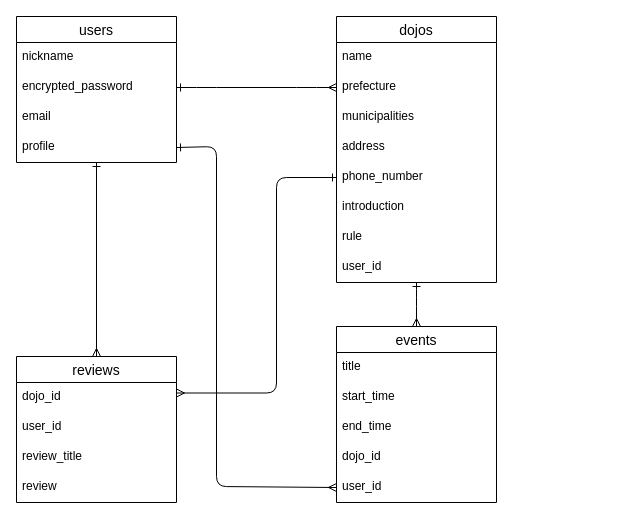
Before: kyudo-er.dio in rosicky7th/kyudojou-app, a draw.io diagram. Source tidied: cells renumbered, new cells numbered last; positions are measured from the earlier drawing's top-left corner, leaving out a move shared by most shapes. Both pictures are drawn from the tidied source at 100%, with x=0, y=0 at pixel (16, 16).
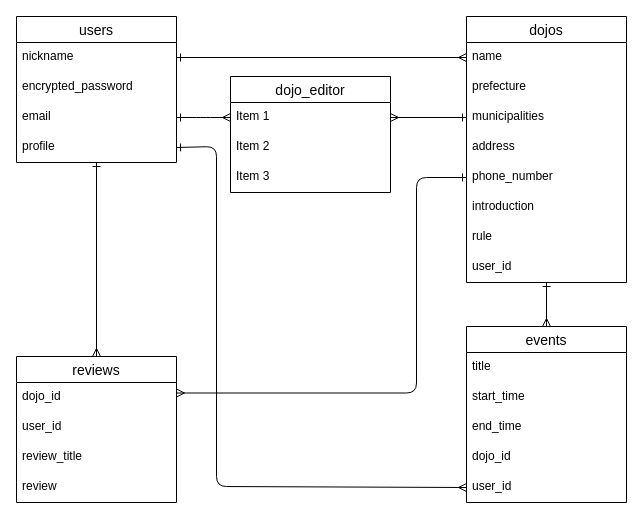
After the change.

Unchanged cells that the change refers to:
```xml
<mxCell id="3" value="nickname" style="text;strokeColor=none;fillColor=none;spacingLeft=4;spacingRight=4;overflow=hidden;points=[[0,0.5],[1,0.5]];portConstraint=eastwest;fontSize=12;" parent="2" vertex="1">
  <mxGeometry y="26" width="160" height="30" as="geometry" />
</mxCell>
<mxCell id="4" value="encrypted_password" style="text;strokeColor=none;fillColor=none;spacingLeft=4;spacingRight=4;overflow=hidden;points=[[0,0.5],[1,0.5]];portConstraint=eastwest;fontSize=12;" parent="2" vertex="1">
  <mxGeometry y="56" width="160" height="30" as="geometry" />
</mxCell>
<mxCell id="5" value="email" style="text;strokeColor=none;fillColor=none;spacingLeft=4;spacingRight=4;overflow=hidden;points=[[0,0.5],[1,0.5]];portConstraint=eastwest;fontSize=12;" parent="2" vertex="1">
  <mxGeometry y="86" width="160" height="30" as="geometry" />
</mxCell>
<mxCell id="9" value="name" style="text;strokeColor=none;fillColor=none;spacingLeft=4;spacingRight=4;overflow=hidden;points=[[0,0.5],[1,0.5]];portConstraint=eastwest;fontSize=12;" parent="8" vertex="1">
  <mxGeometry y="26" width="160" height="30" as="geometry" />
</mxCell>
<mxCell id="10" value="prefecture" style="text;strokeColor=none;fillColor=none;spacingLeft=4;spacingRight=4;overflow=hidden;points=[[0,0.5],[1,0.5]];portConstraint=eastwest;fontSize=12;" parent="8" vertex="1">
  <mxGeometry y="56" width="160" height="30" as="geometry" />
</mxCell>
<mxCell id="11" value="municipalities" style="text;strokeColor=none;fillColor=none;spacingLeft=4;spacingRight=4;overflow=hidden;points=[[0,0.5],[1,0.5]];portConstraint=eastwest;fontSize=12;" parent="8" vertex="1">
  <mxGeometry y="86" width="160" height="30" as="geometry" />
</mxCell>
<mxCell id="13" value="phone_number" style="text;strokeColor=none;fillColor=none;spacingLeft=4;spacingRight=4;overflow=hidden;points=[[0,0.5],[1,0.5]];portConstraint=eastwest;fontSize=12;" parent="8" vertex="1">
  <mxGeometry y="146" width="160" height="30" as="geometry" />
</mxCell>
<mxCell id="16" value="user_id" style="text;strokeColor=none;fillColor=none;spacingLeft=4;spacingRight=4;overflow=hidden;points=[[0,0.5],[1,0.5]];portConstraint=eastwest;fontSize=12;" parent="8" vertex="1">
  <mxGeometry y="236" width="160" height="30" as="geometry" />
</mxCell>
<mxCell id="18" value="reviews" style="swimlane;fontStyle=0;horizontal=1;startSize=26;align=center;fontSize=14;" parent="1" vertex="1">
  <mxGeometry y="340" width="160" height="146" as="geometry" />
</mxCell>
```

Change to the diagram source:
```diff
@@
+    <mxCell id="32" style="edgeStyle=none;html=1;exitX=1;exitY=0.5;exitDx=0;exitDy=0;entryX=0;entryY=0.5;entryDx=0;entryDy=0;startArrow=ERone;startFill=0;endArrow=ERmany;endFill=0;" parent="1" edge="1" source="3" target="9">
+      <mxGeometry relative="1" as="geometry" />
+    </mxCell>
@@
-    <mxCell id="7" style="edgeStyle=none;html=1;entryX=0.5;entryY=0;entryDx=0;entryDy=0;startArrow=ERone;startFill=0;endArrow=ERmany;endFill=0;" parent="1" edge="1" source="8" target="25">
-      <mxGeometry relative="1" as="geometry">
-        <Array as="points">
-          <mxPoint x="400" y="280" />
-        </Array>
-      </mxGeometry>
-    </mxCell>
     <mxCell id="8" value="dojos" style="swimlane;fontStyle=0;horizontal=1;startSize=26;align=center;fontSize=14;" parent="1" vertex="1">
-      <mxGeometry x="320" width="160" height="266" as="geometry" />
+      <mxGeometry x="450" width="160" height="266" as="geometry" />
     </mxCell>
@@
-    <mxCell id="23" style="edgeStyle=entityRelationEdgeStyle;fontSize=12;html=1;endArrow=ERmany;entryX=0;entryY=0.5;entryDx=0;entryDy=0;exitX=1;exitY=0.5;exitDx=0;exitDy=0;startArrow=ERone;startFill=0;" parent="1" edge="1" source="4" target="10">
+    <mxCell id="23" style="edgeStyle=entityRelationEdgeStyle;fontSize=12;html=1;endArrow=ERmany;entryX=0;entryY=0.5;entryDx=0;entryDy=0;exitX=1;exitY=0.5;exitDx=0;exitDy=0;startArrow=ERone;startFill=0;" parent="1" edge="1" source="5" target="34">
       <mxGeometry relative="1" as="geometry" />
     </mxCell>
     <mxCell id="24" style="edgeStyle=orthogonalEdgeStyle;html=1;exitX=0;exitY=0.5;exitDx=0;exitDy=0;entryX=1;entryY=0.25;entryDx=0;entryDy=0;startArrow=ERone;startFill=0;endArrow=ERmany;endFill=0;" parent="1" edge="1" source="13" target="18">
       <mxGeometry relative="1" as="geometry">
         <Array as="points">
-          <mxPoint x="260" y="161" />
-          <mxPoint x="260" y="377" />
+          <mxPoint x="400" y="161" />
+          <mxPoint x="400" y="377" />
         </Array>
       </mxGeometry>
     </mxCell>
     <mxCell id="25" value="events" style="swimlane;fontStyle=0;horizontal=1;startSize=26;align=center;fontSize=14;" parent="1" vertex="1">
-      <mxGeometry x="320" y="310" width="160" height="176" as="geometry" />
+      <mxGeometry x="450" y="310" width="160" height="176" as="geometry" />
     </mxCell>
@@
+    <mxCell id="33" value="dojo_editor" style="swimlane;fontStyle=0;horizontal=1;startSize=26;align=center;fontSize=14;" parent="1" vertex="1">
+      <mxGeometry x="214" y="60" width="160" height="116" as="geometry" />
+    </mxCell>
+    <mxCell id="34" value="Item 1" style="text;strokeColor=none;fillColor=none;spacingLeft=4;spacingRight=4;overflow=hidden;points=[[0,0.5],[1,0.5]];portConstraint=eastwest;fontSize=12;" parent="33" vertex="1">
+      <mxGeometry y="26" width="160" height="30" as="geometry" />
+    </mxCell>
+    <mxCell id="35" value="Item 2" style="text;strokeColor=none;fillColor=none;spacingLeft=4;spacingRight=4;overflow=hidden;fontSize=12;" parent="33" vertex="1">
+      <mxGeometry y="56" width="160" height="30" as="geometry" />
+    </mxCell>
+    <mxCell id="36" value="Item 3" style="text;strokeColor=none;fillColor=none;spacingLeft=4;spacingRight=4;overflow=hidden;fontSize=12;" parent="33" vertex="1">
+      <mxGeometry y="86" width="160" height="30" as="geometry" />
+    </mxCell>
+    <mxCell id="37" style="edgeStyle=none;html=1;startArrow=ERone;startFill=0;endArrow=ERmany;endFill=0;" parent="1" edge="1" source="16" target="25">
+      <mxGeometry relative="1" as="geometry" />
+    </mxCell>
+    <mxCell id="38" style="edgeStyle=none;html=1;entryX=1;entryY=0.5;entryDx=0;entryDy=0;startArrow=ERone;startFill=0;endArrow=ERmany;endFill=0;exitX=0;exitY=0.5;exitDx=0;exitDy=0;" parent="1" edge="1" source="11" target="34">
+      <mxGeometry relative="1" as="geometry" />
+    </mxCell>
```
